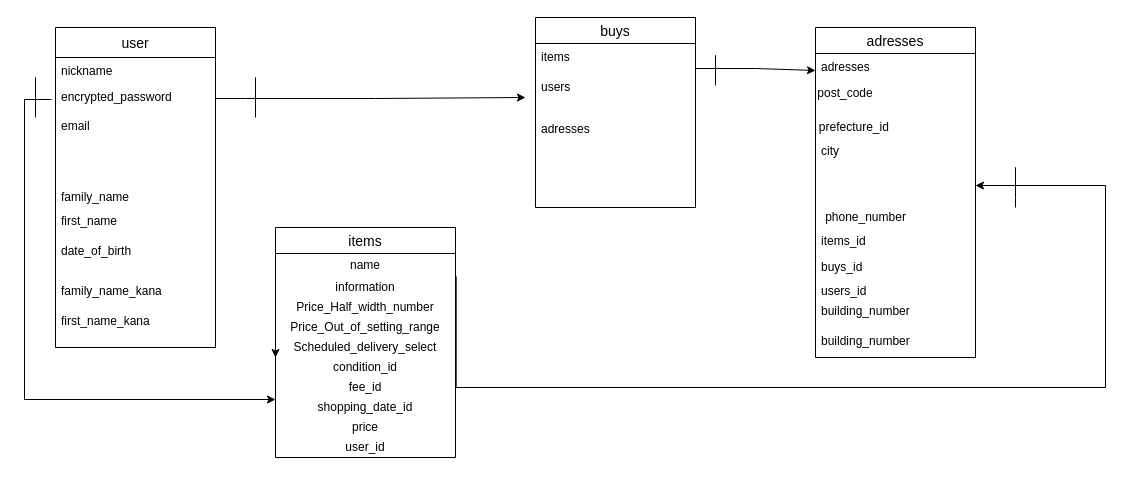
Above: app/furima.dio in KINGKim2019/furima-29585 (draw.io), before the change. Source tidied: cells renumbered, new cells numbered last; positions are measured from the earlier drawing's top-left corner, leaving out a move shared by most shapes. Both pictures are drawn from the tidied source at 100%, with x=0, y=0 at pixel (24, 17).
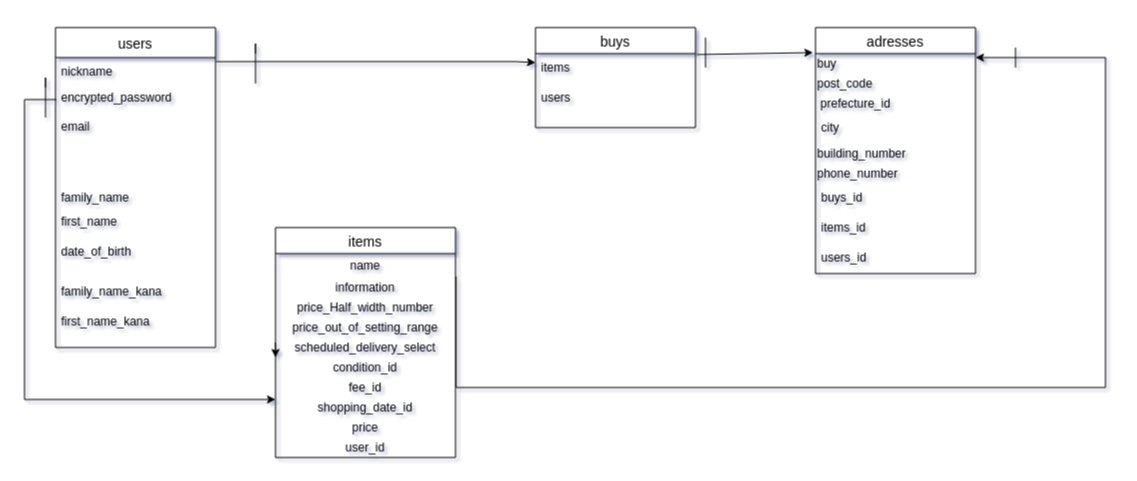
The same diagram, later.

Unchanged cells that the change refers to:
```xml
<mxCell id="2" value="items" style="swimlane;fontStyle=0;horizontal=1;startSize=26;align=center;fontSize=14;" parent="1" vertex="1">
  <mxGeometry x="251" y="210" width="180" height="230" as="geometry" />
</mxCell>
<mxCell id="32" value="nickname" style="text;strokeColor=none;fillColor=none;spacingLeft=4;spacingRight=4;overflow=hidden;points=[[0,0.5],[1,0.5]];portConstraint=eastwest;fontSize=12;" parent="31" vertex="1">
  <mxGeometry y="30" width="160" height="290" as="geometry" />
</mxCell>
```

What changed in the source:
```diff
@@
-<mxGraphModel>
+<mxGraphModel shadow="1">
@@
+    <mxCell id="42" value="buys" style="swimlane;fontStyle=0;horizontal=1;startSize=26;align=center;fontSize=14;" parent="1" vertex="1">
+      <mxGeometry x="511" y="10" width="160" height="100" as="geometry" />
+    </mxCell>
+    <mxCell id="43" value="items&#10;" style="text;strokeColor=none;fillColor=none;spacingLeft=4;spacingRight=4;overflow=hidden;points=[[0,0.5],[1,0.5]];portConstraint=eastwest;fontSize=12;" parent="42" vertex="1">
+      <mxGeometry y="26" width="160" height="30" as="geometry" />
+    </mxCell>
+    <mxCell id="44" value="users&#10;&#10;&#10;" style="text;strokeColor=none;fillColor=none;spacingLeft=4;spacingRight=4;overflow=hidden;fontSize=12;" parent="42" vertex="1">
+      <mxGeometry y="56" width="160" height="44" as="geometry" />
+    </mxCell>
@@
-    <mxCell id="5" value="Price_Half_width_number" style="text;html=1;strokeColor=none;fillColor=none;align=center;verticalAlign=middle;whiteSpace=wrap;rounded=0;" parent="2" vertex="1">
+    <mxCell id="5" value="price_Half_width_number" style="text;html=1;strokeColor=none;fillColor=none;align=center;verticalAlign=middle;whiteSpace=wrap;rounded=0;" parent="2" vertex="1">
       <mxGeometry y="70" width="180" height="20" as="geometry" />
     </mxCell>
-    <mxCell id="6" value="Price_Out_of_setting_range" style="text;html=1;strokeColor=none;fillColor=none;align=center;verticalAlign=middle;whiteSpace=wrap;rounded=0;" parent="2" vertex="1">
+    <mxCell id="6" value="price_out_of_setting_range" style="text;html=1;strokeColor=none;fillColor=none;align=center;verticalAlign=middle;whiteSpace=wrap;rounded=0;" parent="2" vertex="1">
       <mxGeometry y="90" width="180" height="20" as="geometry" />
     </mxCell>
@@
-    <mxCell id="8" value="Scheduled_delivery_select" style="text;html=1;strokeColor=none;fillColor=none;align=center;verticalAlign=middle;whiteSpace=wrap;rounded=0;" parent="2" vertex="1">
+    <mxCell id="8" value="scheduled_delivery_select" style="text;html=1;strokeColor=none;fillColor=none;align=center;verticalAlign=middle;whiteSpace=wrap;rounded=0;" parent="2" vertex="1">
       <mxGeometry y="110" width="180" height="20" as="geometry" />
     </mxCell>
@@
     <mxCell id="14" value="adresses" style="swimlane;fontStyle=0;horizontal=1;startSize=26;align=center;fontSize=14;" parent="1" vertex="1">
-      <mxGeometry x="791" y="10" width="160" height="330" as="geometry" />
+      <mxGeometry x="791" y="10" width="160" height="246" as="geometry" />
     </mxCell>
-    <mxCell id="15" value="adresses" style="text;strokeColor=none;fillColor=none;spacingLeft=4;spacingRight=4;overflow=hidden;points=[[0,0.5],[1,0.5]];portConstraint=eastwest;fontSize=12;" parent="14" vertex="1">
-      <mxGeometry y="26" width="160" height="244" as="geometry" />
-    </mxCell>
-    <mxCell id="16" value="building_number" style="text;strokeColor=none;fillColor=none;spacingLeft=4;spacingRight=4;overflow=hidden;fontSize=12;" parent="14" vertex="1">
-      <mxGeometry y="270" width="160" height="30" as="geometry" />
-    </mxCell>
-    <mxCell id="17" value="building_number" style="text;strokeColor=none;fillColor=none;spacingLeft=4;spacingRight=4;overflow=hidden;fontSize=12;" parent="14" vertex="1">
-      <mxGeometry y="300" width="160" height="30" as="geometry" />
-    </mxCell>
-    <mxCell id="18" style="edgeStyle=none;rounded=0;orthogonalLoop=1;jettySize=auto;html=1;" parent="1" edge="1">
-      <mxGeometry relative="1" as="geometry">
-        <mxPoint x="191" y="81" as="sourcePoint" />
-        <mxPoint x="501" y="80" as="targetPoint" />
-        <Array as="points">
-          <mxPoint x="221" y="81" />
-          <mxPoint x="351" y="81" />
-        </Array>
-      </mxGeometry>
-    </mxCell>
+    <mxCell id="45" value="buy" style="text;html=1;strokeColor=none;fillColor=none;align=left;verticalAlign=middle;whiteSpace=wrap;rounded=0;" parent="14" vertex="1">
+      <mxGeometry y="26" width="160" height="20" as="geometry" />
+    </mxCell>
+    <mxCell id="25" value="post_code" style="text;html=1;strokeColor=none;fillColor=none;align=left;verticalAlign=middle;whiteSpace=wrap;rounded=0;" parent="14" vertex="1">
+      <mxGeometry y="46" width="160" height="20" as="geometry" />
+    </mxCell>
+    <mxCell id="26" value="&amp;nbsp;prefecture_id" style="text;html=1;align=left;verticalAlign=middle;" parent="14" vertex="1">
+      <mxGeometry y="66" width="160" height="20" as="geometry" />
+    </mxCell>
+    <mxCell id="39" value="city" style="text;strokeColor=none;fillColor=none;spacingLeft=4;spacingRight=4;overflow=hidden;fontSize=12;" parent="14" vertex="1">
+      <mxGeometry y="86" width="160" height="30" as="geometry" />
+    </mxCell>
+    <mxCell id="46" value="building_number" style="text;html=1;strokeColor=none;fillColor=none;align=left;verticalAlign=middle;whiteSpace=wrap;rounded=0;" parent="14" vertex="1">
+      <mxGeometry y="116" width="160" height="20" as="geometry" />
+    </mxCell>
+    <mxCell id="27" value="&lt;div&gt;&lt;span&gt;phone_number&lt;/span&gt;&lt;/div&gt;" style="text;html=1;align=left;verticalAlign=middle;" parent="14" vertex="1">
+      <mxGeometry y="136" width="160" height="20" as="geometry" />
+    </mxCell>
+    <mxCell id="24" value="buys_id" style="text;strokeColor=none;fillColor=none;spacingLeft=4;spacingRight=4;overflow=hidden;fontSize=12;" parent="14" vertex="1">
+      <mxGeometry y="156" width="160" height="30" as="geometry" />
+    </mxCell>
+    <mxCell id="40" value="items_id" style="text;strokeColor=none;fillColor=none;spacingLeft=4;spacingRight=4;overflow=hidden;fontSize=12;" parent="14" vertex="1">
+      <mxGeometry y="186" width="160" height="30" as="geometry" />
+    </mxCell>
+    <mxCell id="23" value="users_id" style="text;strokeColor=none;fillColor=none;spacingLeft=4;spacingRight=4;overflow=hidden;fontSize=12;" parent="14" vertex="1">
+      <mxGeometry y="216" width="160" height="30" as="geometry" />
+    </mxCell>
-    <mxCell id="19" style="edgeStyle=none;rounded=0;orthogonalLoop=1;jettySize=auto;html=1;exitX=1;exitY=0.5;exitDx=0;exitDy=0;" parent="1" edge="1">
+    <mxCell id="19" style="edgeStyle=none;rounded=0;jettySize=auto;html=1;exitX=1.009;exitY=0.033;exitDx=0;exitDy=0;exitPerimeter=0;entryX=-0.016;entryY=-0.004;entryDx=0;entryDy=0;entryPerimeter=0;" parent="1" edge="1" source="43">
       <mxGeometry relative="1" as="geometry">
-        <mxPoint x="671" y="51" as="sourcePoint" />
-        <mxPoint x="791" y="53" as="targetPoint" />
-        <Array as="points">
-          <mxPoint x="731" y="51" />
-        </Array>
+        <mxPoint x="788.4" y="35" as="targetPoint" />
       </mxGeometry>
     </mxCell>
-    <mxCell id="20" style="endArrow=none;html=1;rounded=0;" parent="1" edge="1">
-      <mxGeometry relative="1" as="geometry">
-        <mxPoint x="691" y="68" as="sourcePoint" />
-        <mxPoint x="691" y="48" as="targetPoint" />
-        <Array as="points">
-          <mxPoint x="691" y="38" />
-        </Array>
-      </mxGeometry>
-    </mxCell>
     <mxCell id="21" style="endArrow=none;html=1;rounded=0;" parent="1" edge="1">
       <mxGeometry relative="1" as="geometry">
-        <mxPoint x="231" y="100" as="sourcePoint" />
-        <mxPoint x="231" y="70" as="targetPoint" />
+        <mxPoint x="231" y="66" as="sourcePoint" />
+        <mxPoint x="231" y="36" as="targetPoint" />
         <Array as="points">
-          <mxPoint x="231" y="60" />
+          <mxPoint x="231" y="26" />
         </Array>
       </mxGeometry>
     </mxCell>
     <mxCell id="22" style="endArrow=none;html=1;rounded=0;" parent="1" edge="1">
       <mxGeometry relative="1" as="geometry">
-        <mxPoint x="11" y="100" as="sourcePoint" />
-        <mxPoint x="11" y="70" as="targetPoint" />
+        <mxPoint x="21" y="100" as="sourcePoint" />
+        <mxPoint x="21" y="70" as="targetPoint" />
         <Array as="points">
-          <mxPoint x="11" y="100" />
-          <mxPoint x="11" y="80" />
-          <mxPoint x="11" y="60" />
+          <mxPoint x="21" y="100" />
+          <mxPoint x="21" y="80" />
+          <mxPoint x="21" y="60" />
         </Array>
       </mxGeometry>
     </mxCell>
-    <mxCell id="23" value="users_id" style="text;strokeColor=none;fillColor=none;spacingLeft=4;spacingRight=4;overflow=hidden;fontSize=12;" parent="1" vertex="1">
-      <mxGeometry x="791" y="260" width="160" height="30" as="geometry" />
-    </mxCell>
-    <mxCell id="24" value="buys_id" style="text;strokeColor=none;fillColor=none;spacingLeft=4;spacingRight=4;overflow=hidden;fontSize=12;" parent="1" vertex="1">
-      <mxGeometry x="791" y="236" width="160" height="30" as="geometry" />
-    </mxCell>
-    <mxCell id="25" value="post_code" style="text;html=1;strokeColor=none;fillColor=none;align=center;verticalAlign=middle;whiteSpace=wrap;rounded=0;" parent="1" vertex="1">
-      <mxGeometry x="801" y="66" width="40" height="20" as="geometry" />
-    </mxCell>
-    <mxCell id="26" value="&amp;nbsp; &amp;nbsp; &amp;nbsp;prefecture_id" style="text;html=1;align=center;verticalAlign=middle;" parent="1" vertex="1">
-      <mxGeometry x="771" y="100" width="100" height="20" as="geometry" />
-    </mxCell>
-    <mxCell id="27" value="phone_number&lt;br&gt;" style="text;html=1;align=center;verticalAlign=middle;" parent="1" vertex="1">
-      <mxGeometry x="791" y="190" width="100" height="20" as="geometry" />
-    </mxCell>
-    <mxCell id="28" style="endArrow=none;html=1;rounded=0;" parent="1" edge="1">
-      <mxGeometry relative="1" as="geometry">
-        <mxPoint x="991" y="190" as="sourcePoint" />
-        <mxPoint x="991" y="160" as="targetPoint" />
-        <Array as="points">
-          <mxPoint x="991" y="180" />
-          <mxPoint x="991" y="150" />
-        </Array>
-      </mxGeometry>
-    </mxCell>
@@
-    <mxCell id="30" style="edgeStyle=orthogonalEdgeStyle;rounded=0;jettySize=auto;html=1;exitX=1.004;exitY=0.01;exitDx=0;exitDy=0;exitPerimeter=0;" parent="1" edge="1" target="15">
+    <mxCell id="30" style="edgeStyle=orthogonalEdgeStyle;rounded=0;orthogonalLoop=1;jettySize=auto;html=1;exitX=1.004;exitY=0.01;exitDx=0;exitDy=0;exitPerimeter=0;" parent="1" edge="1">
       <mxGeometry relative="1" as="geometry">
         <mxPoint x="431.7" y="258.9" as="sourcePoint" />
+        <mxPoint x="951" y="40" as="targetPoint" />
         <Array as="points">
           <mxPoint x="432" y="370" />
           <mxPoint x="1081" y="370" />
-          <mxPoint x="1081" y="168" />
+          <mxPoint x="1081" y="40" />
         </Array>
       </mxGeometry>
     </mxCell>
-    <mxCell id="31" value="user" style="swimlane;fontStyle=0;horizontal=1;startSize=30;align=center;fontSize=14;" parent="1" vertex="1">
+    <mxCell id="31" value="users" style="swimlane;fontStyle=0;horizontal=1;startSize=30;align=center;fontSize=14;" parent="1" vertex="1">
       <mxGeometry x="31" y="10" width="160" height="320" as="geometry" />
     </mxCell>
@@
-    <mxCell id="39" value="city" style="text;strokeColor=none;fillColor=none;spacingLeft=4;spacingRight=4;overflow=hidden;fontSize=12;" parent="1" vertex="1">
-      <mxGeometry x="791" y="120" width="40" height="30" as="geometry" />
-    </mxCell>
-    <mxCell id="40" value="items_id" style="text;strokeColor=none;fillColor=none;spacingLeft=4;spacingRight=4;overflow=hidden;fontSize=12;" parent="1" vertex="1">
-      <mxGeometry x="791" y="210" width="160" height="30" as="geometry" />
-    </mxCell>
     <mxCell id="41" style="edgeStyle=none;rounded=0;orthogonalLoop=1;jettySize=auto;html=1;" parent="1" edge="1">
       <mxGeometry relative="1" as="geometry">
-        <mxPoint x="27" y="82" as="sourcePoint" />
+        <mxPoint x="32" y="82" as="sourcePoint" />
         <mxPoint x="251" y="382" as="targetPoint" />
         <Array as="points">
           <mxPoint y="82" />
           <mxPoint y="382" />
         </Array>
       </mxGeometry>
     </mxCell>
-    <mxCell id="42" value="buys" style="swimlane;fontStyle=0;horizontal=1;startSize=26;align=center;fontSize=14;" parent="1" vertex="1">
-      <mxGeometry x="511" width="160" height="190" as="geometry" />
-    </mxCell>
-    <mxCell id="43" value="items&#10;" style="text;strokeColor=none;fillColor=none;spacingLeft=4;spacingRight=4;overflow=hidden;points=[[0,0.5],[1,0.5]];portConstraint=eastwest;fontSize=12;" parent="42" vertex="1">
-      <mxGeometry y="26" width="160" height="30" as="geometry" />
-    </mxCell>
-    <mxCell id="44" value="users&#10;&#10;&#10;adresses" style="text;strokeColor=none;fillColor=none;spacingLeft=4;spacingRight=4;overflow=hidden;fontSize=12;" parent="42" vertex="1">
-      <mxGeometry y="56" width="160" height="134" as="geometry" />
-    </mxCell>
+    <mxCell id="47" style="endArrow=none;html=1;" parent="1" edge="1">
+      <mxGeometry relative="1" as="geometry">
+        <mxPoint x="991" y="50" as="sourcePoint" />
+        <mxPoint x="991" y="30" as="targetPoint" />
+      </mxGeometry>
+    </mxCell>
+    <mxCell id="48" style="endArrow=none;html=1;" parent="1" edge="1">
+      <mxGeometry relative="1" as="geometry">
+        <mxPoint x="681" y="50" as="sourcePoint" />
+        <mxPoint x="681" y="20" as="targetPoint" />
+      </mxGeometry>
+    </mxCell>
+    <mxCell id="18" style="edgeStyle=none;rounded=0;jettySize=auto;html=1;exitX=1.002;exitY=0.014;exitDx=0;exitDy=0;exitPerimeter=0;" parent="1" edge="1" source="32">
+      <mxGeometry relative="1" as="geometry">
+        <mxPoint x="511" y="45" as="targetPoint" />
+        <Array as="points">
+          <mxPoint x="231" y="44" />
+          <mxPoint x="311" y="44" />
+          <mxPoint x="491" y="44" />
+        </Array>
+      </mxGeometry>
+    </mxCell>
```
